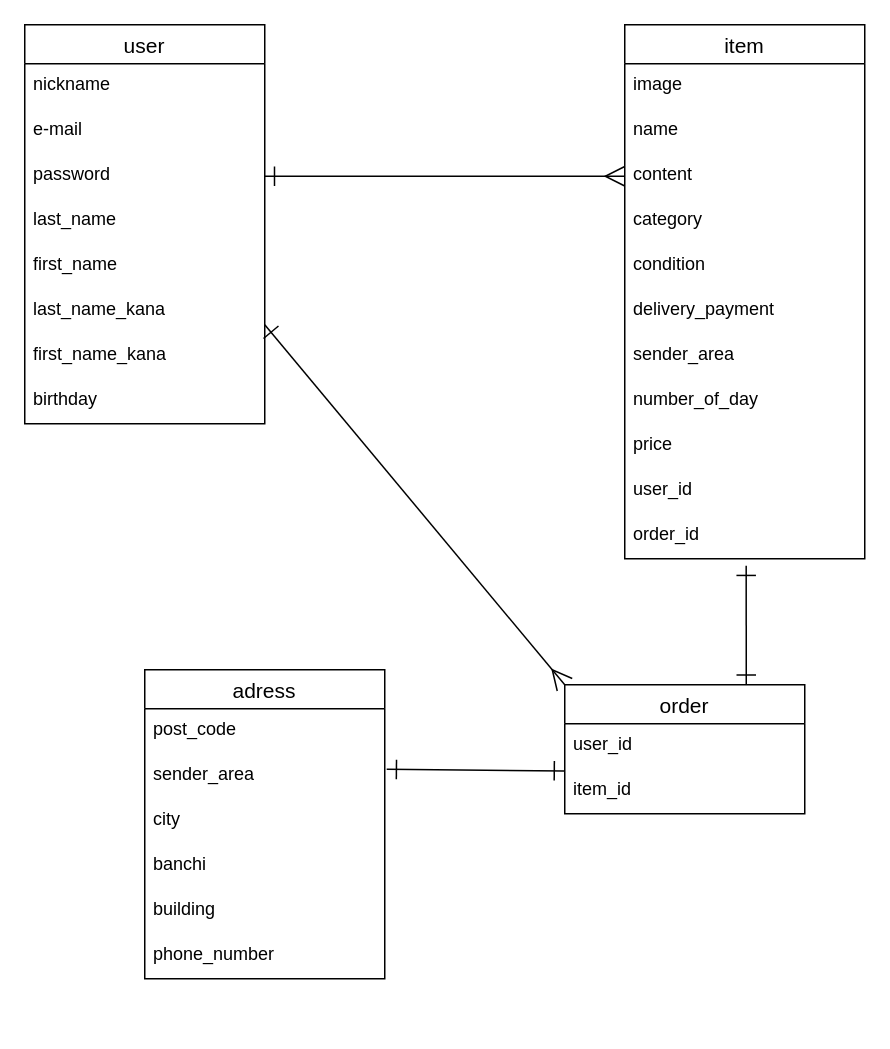
This is er.dio from naminoriko/furima-39235, a draw.io file, before an edit. Source tidied: cells renumbered, new cells numbered last; positions are measured from the earlier drawing's top-left corner, leaving out a move shared by most shapes. Both pictures are drawn from the tidied source at 150%, with x=0, y=0 at pixel (24, 24).
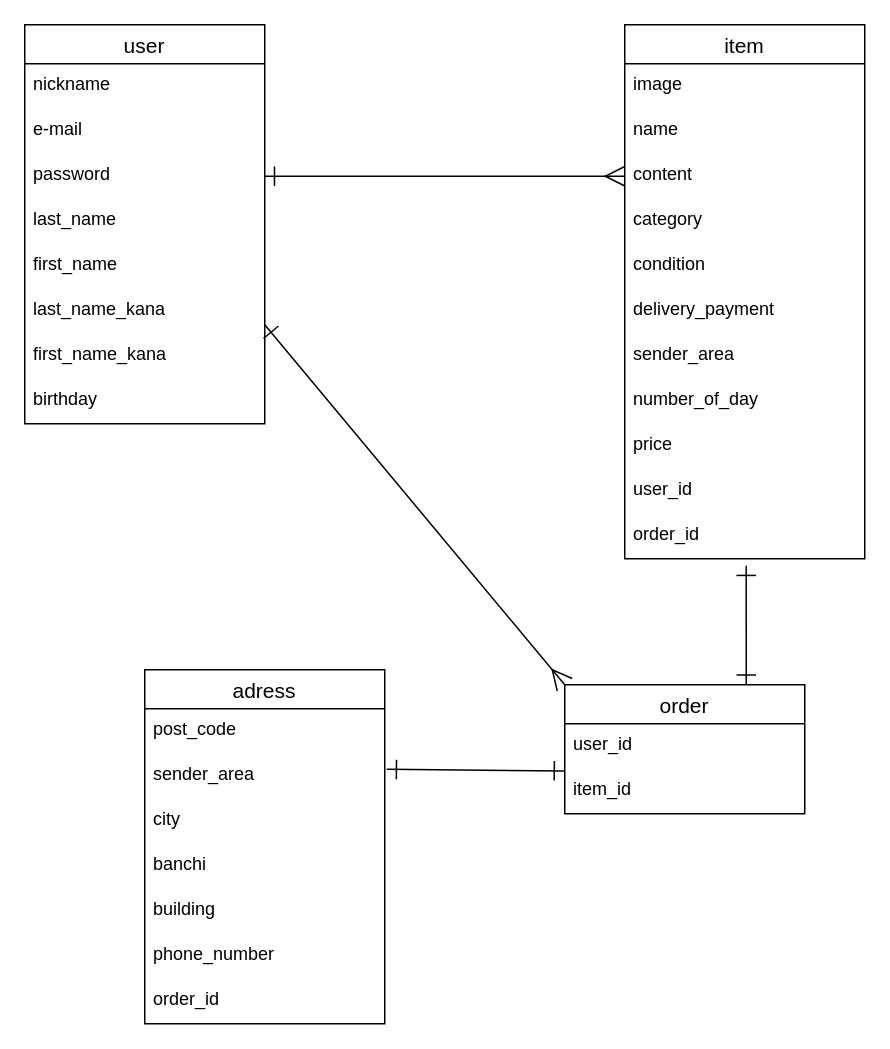
The same page after the edit.

Commit message (it also covers changes not shown here):
ER図、READMEファイル修正３

Change to the diagram source:
```diff
@@
     <mxCell id="23" value="adress" style="swimlane;fontStyle=0;horizontal=1;startSize=26;align=center;fontSize=14;" parent="1" vertex="1">
-      <mxGeometry x="80" y="430" width="160" height="206" as="geometry" />
+      <mxGeometry x="80" y="430" width="160" height="236" as="geometry" />
     </mxCell>
@@
+    <mxCell id="37" value="order_id" style="text;strokeColor=none;fillColor=none;spacingLeft=4;spacingRight=4;overflow=hidden;fontSize=12;" parent="23" vertex="1">
+      <mxGeometry y="206" width="160" height="30" as="geometry" />
+    </mxCell>
```
